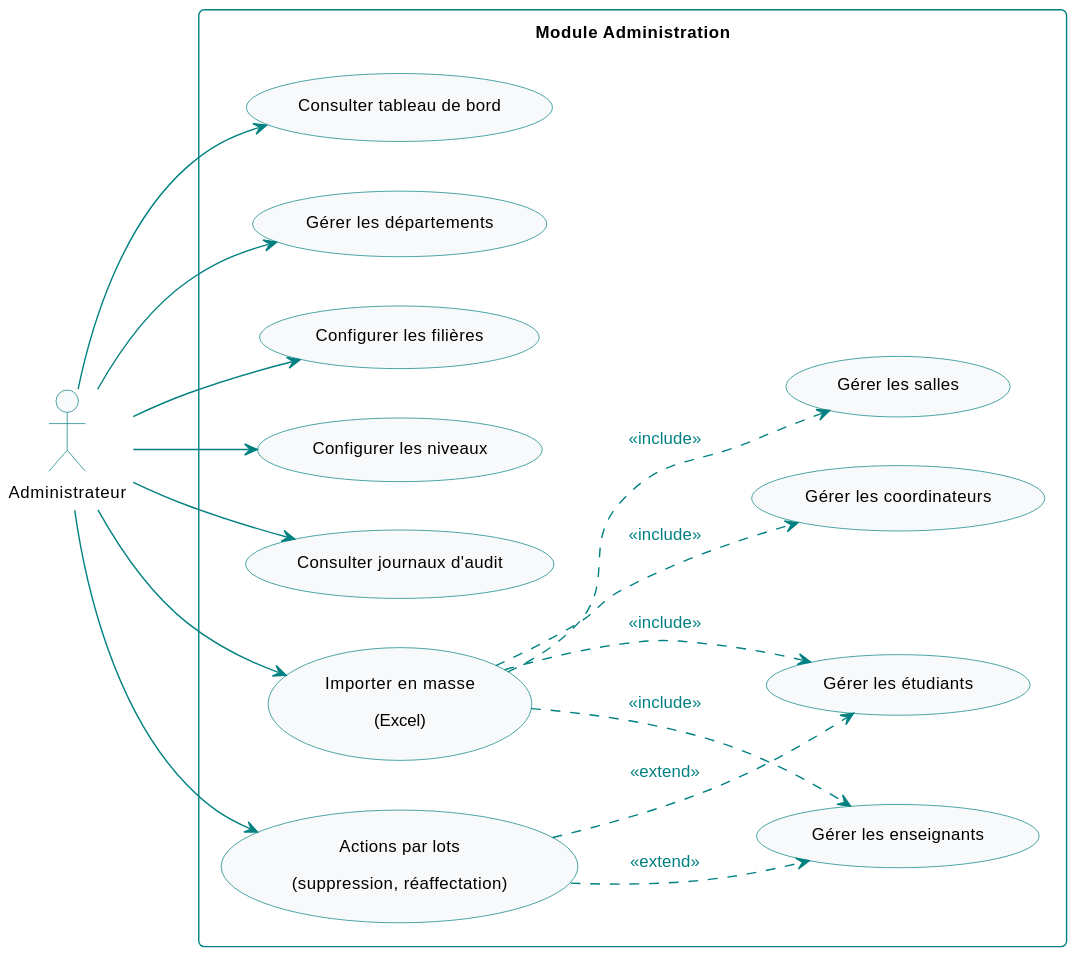
This is diagrams/svg/uc_admin.svg from abdelaziz-ebourki/system-gestion-soutenance-docs, a PlantUML export, as it was before one commit.
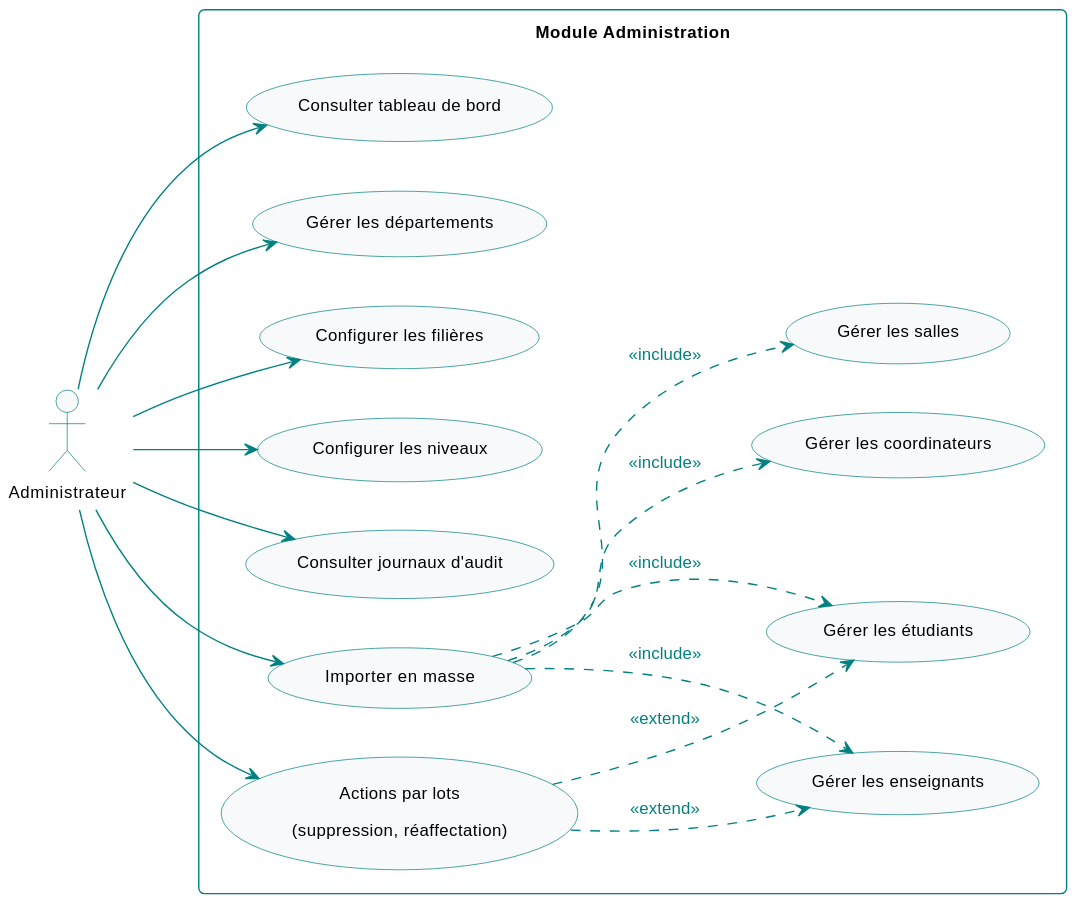
Above is the later version.

Diff of the diagram source:
```diff
@@ -15,7 +15,7 @@
     usecase "Configurer les niveaux" as Levels
     usecase "Consulter journaux d'audit" as Audit
 
-    usecase "Importer en masse\n(Excel)" as Import
+    usecase "Importer en masse" as Import
     usecase "Actions par lots\n(suppression, réaffectation)" as Batch
 
     Import ..> Students : <<include>>
```
